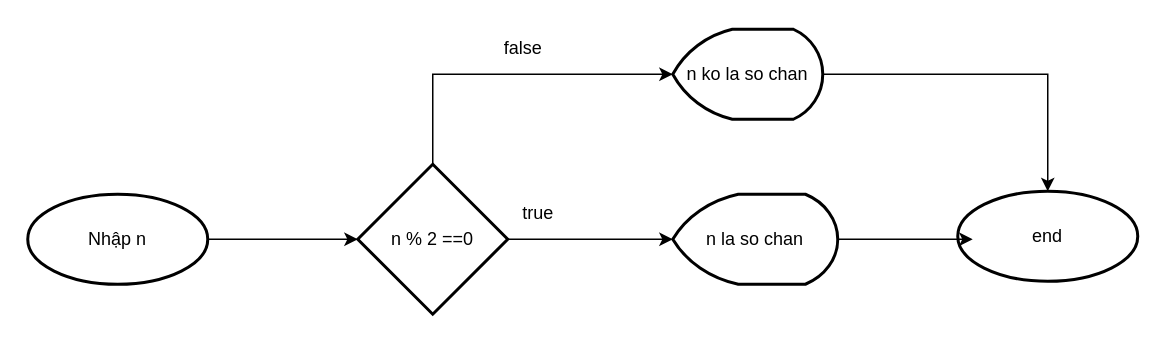
The draw.io diagram b2/FlowChart2.drawio in CuongLiam/C-Rikkei-, before the edit. Source tidied: cells renumbered, new cells numbered last; positions are measured from the earlier drawing's top-left corner, leaving out a move shared by most shapes. Both pictures are drawn from the tidied source at 150%, with x=0, y=0 at pixel (27, 26).
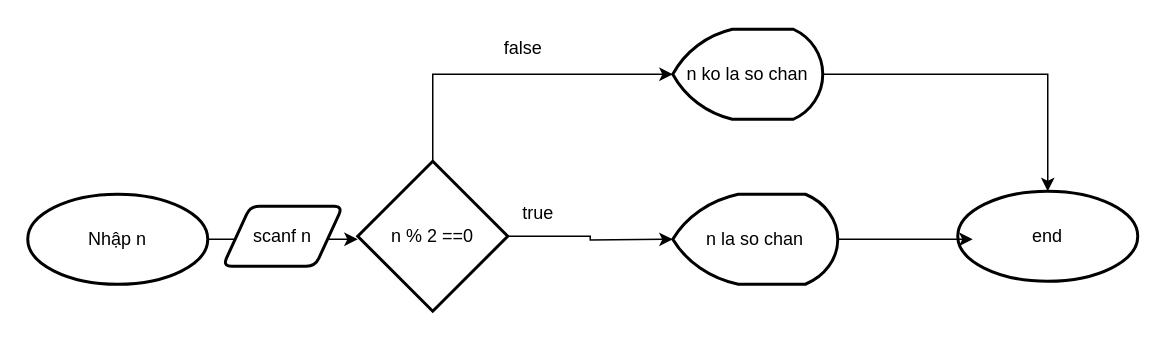
Above is the later version.

Diff of the diagram source:
```diff
@@
 <mxGraphModel>
   <root>
     <mxCell id="0" />
     <mxCell id="1" parent="0" />
     <mxCell id="2" style="edgeStyle=orthogonalEdgeStyle;rounded=0;jettySize=auto;html=1;" parent="1" edge="1" source="3">
       <mxGeometry relative="1" as="geometry">
         <mxPoint x="220" y="142" as="targetPoint" />
       </mxGeometry>
     </mxCell>
     <mxCell id="3" value="Nhập n" style="strokeWidth=2;html=1;shape=mxgraph.flowchart.start_1;whiteSpace=wrap;" parent="1" vertex="1">
       <mxGeometry y="112" width="120" height="60" as="geometry" />
     </mxCell>
     <mxCell id="4" style="edgeStyle=orthogonalEdgeStyle;rounded=0;jettySize=auto;html=1;" parent="1" edge="1" source="6">
       <mxGeometry relative="1" as="geometry">
         <mxPoint x="430" y="142" as="targetPoint" />
       </mxGeometry>
     </mxCell>
     <mxCell id="5" style="edgeStyle=orthogonalEdgeStyle;rounded=0;jettySize=auto;html=1;" parent="1" edge="1" source="6" target="10">
       <mxGeometry relative="1" as="geometry">
         <Array as="points">
           <mxPoint x="270" y="32" />
           <mxPoint x="271" y="32" />
         </Array>
       </mxGeometry>
     </mxCell>
     <mxCell id="6" value="n % 2 ==0" style="strokeWidth=2;html=1;shape=mxgraph.flowchart.decision;whiteSpace=wrap;" parent="1" vertex="1">
-      <mxGeometry x="220" y="92" width="100" height="100" as="geometry" />
+      <mxGeometry x="220" y="90" width="100" height="100" as="geometry" />
     </mxCell>
     <mxCell id="7" value="n la so chan" style="strokeWidth=2;html=1;shape=mxgraph.flowchart.display;whiteSpace=wrap;" parent="1" vertex="1">
       <mxGeometry x="430" y="112" width="110" height="60" as="geometry" />
     </mxCell>
     <mxCell id="8" value="true" style="text;html=1;align=center;verticalAlign=middle;strokeColor=none;fillColor=none;" parent="1" vertex="1">
       <mxGeometry x="320" y="110" width="40" height="30" as="geometry" />
     </mxCell>
     <mxCell id="9" style="edgeStyle=orthogonalEdgeStyle;rounded=0;jettySize=auto;html=1;entryX=0.5;entryY=0;entryDx=0;entryDy=0;entryPerimeter=0;" parent="1" edge="1" source="10" target="12">
       <mxGeometry relative="1" as="geometry" />
     </mxCell>
     <mxCell id="10" value="n ko la so chan" style="strokeWidth=2;html=1;shape=mxgraph.flowchart.display;whiteSpace=wrap;" parent="1" vertex="1">
       <mxGeometry x="430" y="2" width="100" height="60" as="geometry" />
     </mxCell>
     <mxCell id="11" value="false" style="text;html=1;align=center;verticalAlign=middle;strokeColor=none;fillColor=none;" parent="1" vertex="1">
       <mxGeometry x="305" width="50" height="30" as="geometry" />
     </mxCell>
     <mxCell id="12" value="end" style="strokeWidth=2;html=1;shape=mxgraph.flowchart.start_1;whiteSpace=wrap;" parent="1" vertex="1">
       <mxGeometry x="620" y="110" width="120" height="60" as="geometry" />
     </mxCell>
     <mxCell id="13" style="edgeStyle=orthogonalEdgeStyle;rounded=0;jettySize=auto;html=1;entryX=0.083;entryY=0.533;entryDx=0;entryDy=0;entryPerimeter=0;" parent="1" edge="1" source="7" target="12">
       <mxGeometry relative="1" as="geometry" />
     </mxCell>
+    <mxCell id="14" value="scanf n" style="shape=parallelogram;html=1;strokeWidth=2;perimeter=parallelogramPerimeter;whiteSpace=wrap;rounded=1;arcSize=12;size=0.23;" parent="1" vertex="1">
+      <mxGeometry x="130" y="120" width="80" height="40" as="geometry" />
+    </mxCell>
   </root>
 </mxGraphModel>
```
